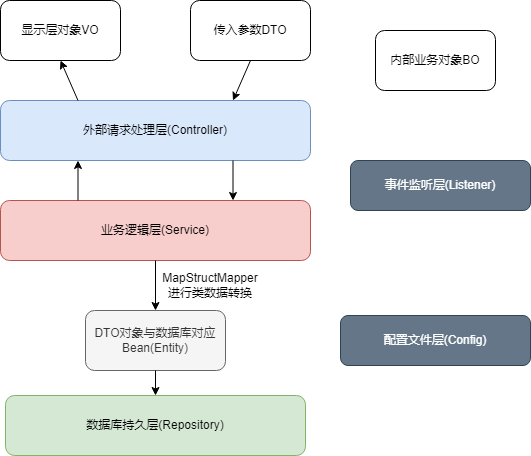
loftyshadow/map keeps this draw.io diagram as doc/目录结果规范.png. Above is the earlier version. Source tidied: cells renumbered, new cells last; positions are measured from the earlier drawing's top-left corner, leaving out a move shared by most shapes.
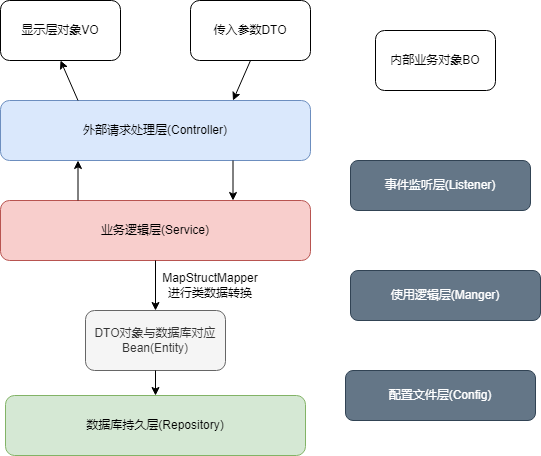
The same file after the commit.

Commit message:
doc: 更改目录结构图，增加es查询的Manager层

What changed in the source:
```diff
@@ -45,10 +45,13 @@
       <mxGeometry x="350" y="160" width="180" height="50" as="geometry" />
     </mxCell>
     <mxCell id="16" value="配置文件层(Config)" style="rounded=1;whiteSpace=wrap;html=1;fillColor=#647687;fontColor=#ffffff;strokeColor=#314354;" parent="1" vertex="1">
-      <mxGeometry x="340" y="315" width="190" height="50" as="geometry" />
+      <mxGeometry x="345" y="370" width="190" height="50" as="geometry" />
     </mxCell>
     <mxCell id="17" value="内部业务对象BO" style="rounded=1;whiteSpace=wrap;html=1;" parent="1" vertex="1">
       <mxGeometry x="375" y="30" width="120" height="60" as="geometry" />
     </mxCell>
+    <mxCell id="18" value="使用逻辑层(Manger)" style="rounded=1;whiteSpace=wrap;html=1;fillColor=#647687;fontColor=#ffffff;strokeColor=#314354;" parent="1" vertex="1">
+      <mxGeometry x="350" y="270" width="190" height="50" as="geometry" />
+    </mxCell>
   </root>
 </mxGraphModel>
```
